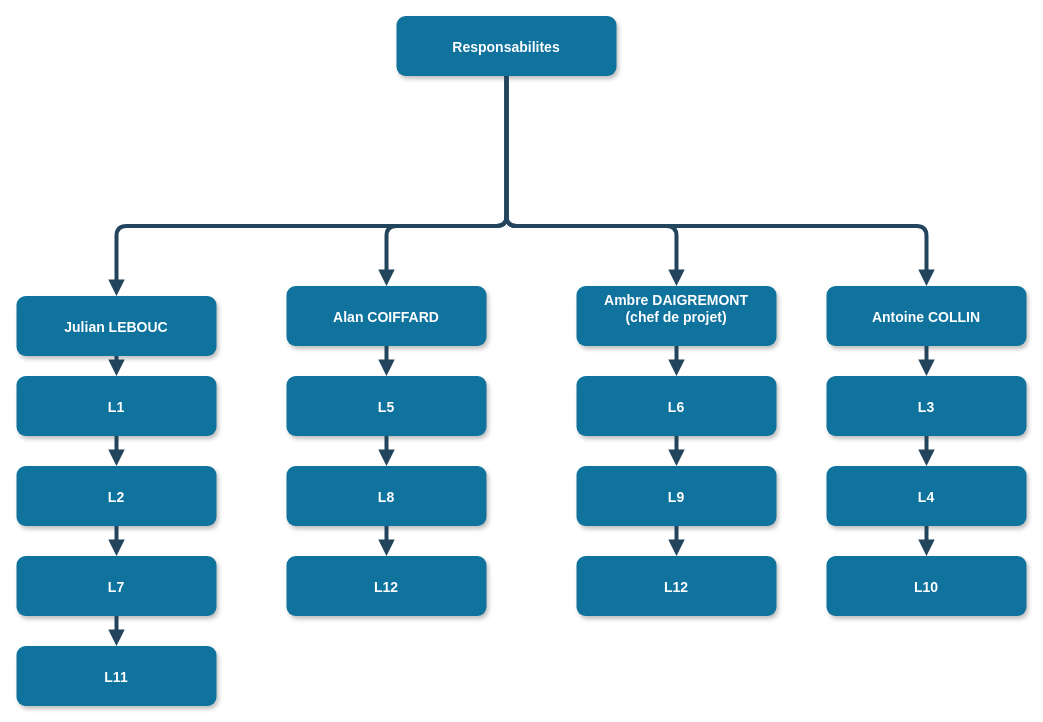
The draw.io diagram GestionProjet/Uml2Java_OBS.drawio in flagador/Uml2Java, before the edit. Source tidied: cells renumbered, new cells numbered last; positions are measured from the earlier drawing's top-left corner, leaving out a move shared by most shapes. Both pictures are drawn from the tidied source at 100%, with x=0, y=0 at pixel (16, 16).
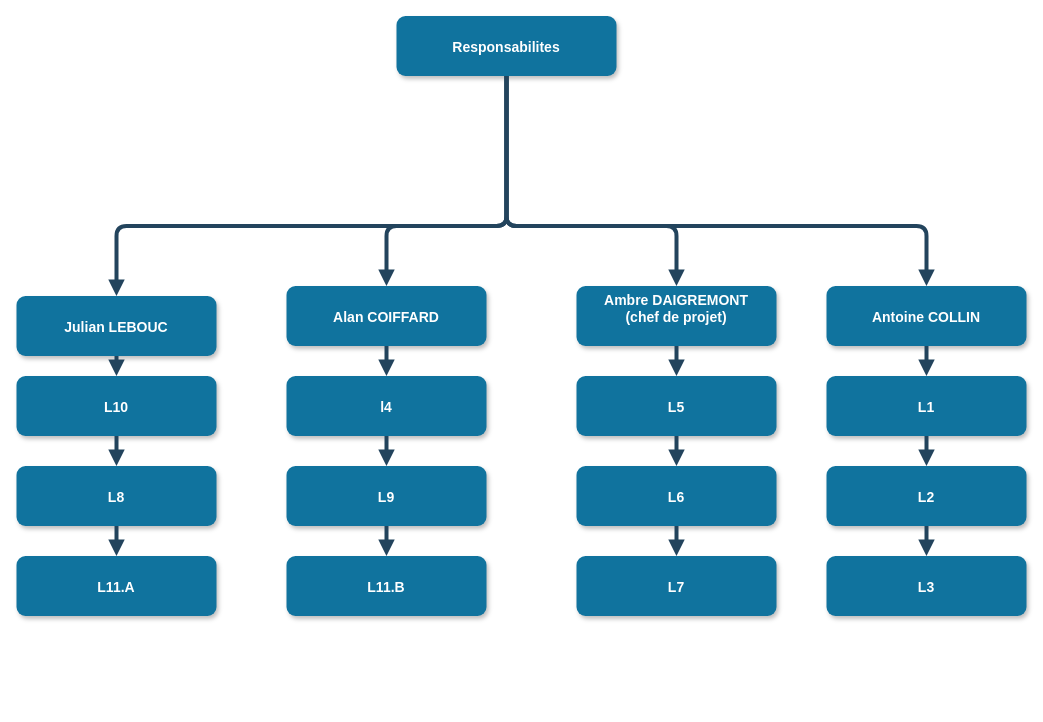
The same page after the edit.

Commit message (it also covers changes not shown here):
Avancement rapport, actualisation diagramma obs, wbs et matrice raci

The edit, as a diff of the source:
```diff
@@
-    <mxCell id="4" value="L1" style="rounded=1;fillColor=#10739E;strokeColor=none;shadow=1;gradientColor=none;fontStyle=1;fontColor=#FFFFFF;fontSize=14;" parent="1" vertex="1">
+    <mxCell id="4" value="L10" style="rounded=1;fillColor=#10739E;strokeColor=none;shadow=1;gradientColor=none;fontStyle=1;fontColor=#FFFFFF;fontSize=14;" parent="1" vertex="1">
       <mxGeometry y="359.5" width="200" height="60" as="geometry" />
     </mxCell>
-    <mxCell id="5" value="L2" style="rounded=1;fillColor=#10739E;strokeColor=none;shadow=1;gradientColor=none;fontStyle=1;fontColor=#FFFFFF;fontSize=14;" parent="1" vertex="1">
+    <mxCell id="5" value="L8" style="rounded=1;fillColor=#10739E;strokeColor=none;shadow=1;gradientColor=none;fontStyle=1;fontColor=#FFFFFF;fontSize=14;" parent="1" vertex="1">
       <mxGeometry y="449.5" width="200" height="60" as="geometry" />
     </mxCell>
-    <mxCell id="6" value="L7" style="rounded=1;fillColor=#10739E;strokeColor=none;shadow=1;gradientColor=none;fontStyle=1;fontColor=#FFFFFF;fontSize=14;" parent="1" vertex="1">
-      <mxGeometry y="539.5" width="200" height="60" as="geometry" />
-    </mxCell>
-    <mxCell id="7" value="L11" style="rounded=1;fillColor=#10739E;strokeColor=none;shadow=1;gradientColor=none;fontStyle=1;fontColor=#FFFFFF;fontSize=14;" parent="1" vertex="1">
-      <mxGeometry y="629.5" width="200" height="60" as="geometry" />
+    <mxCell id="7" value="L11.A" style="rounded=1;fillColor=#10739E;strokeColor=none;shadow=1;gradientColor=none;fontStyle=1;fontColor=#FFFFFF;fontSize=14;" parent="1" vertex="1">
+      <mxGeometry y="539.5" width="200" height="60" as="geometry" />
     </mxCell>
@@
-    <mxCell id="9" value="L5" style="rounded=1;fillColor=#10739E;strokeColor=none;shadow=1;gradientColor=none;fontStyle=1;fontColor=#FFFFFF;fontSize=14;" parent="1" vertex="1">
+    <mxCell id="9" value="l4" style="rounded=1;fillColor=#10739E;strokeColor=none;shadow=1;gradientColor=none;fontStyle=1;fontColor=#FFFFFF;fontSize=14;" parent="1" vertex="1">
       <mxGeometry x="270" y="359.5" width="200" height="60" as="geometry" />
     </mxCell>
-    <mxCell id="10" value="L8" style="rounded=1;fillColor=#10739E;strokeColor=none;shadow=1;gradientColor=none;fontStyle=1;fontColor=#FFFFFF;fontSize=14;" parent="1" vertex="1">
+    <mxCell id="10" value="L9" style="rounded=1;fillColor=#10739E;strokeColor=none;shadow=1;gradientColor=none;fontStyle=1;fontColor=#FFFFFF;fontSize=14;" parent="1" vertex="1">
       <mxGeometry x="270" y="449.5" width="200" height="60" as="geometry" />
     </mxCell>
-    <mxCell id="11" value="L12" style="rounded=1;fillColor=#10739E;strokeColor=none;shadow=1;gradientColor=none;fontStyle=1;fontColor=#FFFFFF;fontSize=14;" parent="1" vertex="1">
+    <mxCell id="11" value="L11.B" style="rounded=1;fillColor=#10739E;strokeColor=none;shadow=1;gradientColor=none;fontStyle=1;fontColor=#FFFFFF;fontSize=14;" parent="1" vertex="1">
       <mxGeometry x="270" y="539.5" width="200" height="60" as="geometry" />
     </mxCell>
@@
-    <mxCell id="13" value="L6" style="rounded=1;fillColor=#10739E;strokeColor=none;shadow=1;gradientColor=none;fontStyle=1;fontColor=#FFFFFF;fontSize=14;" parent="1" vertex="1">
+    <mxCell id="13" value="L5" style="rounded=1;fillColor=#10739E;strokeColor=none;shadow=1;gradientColor=none;fontStyle=1;fontColor=#FFFFFF;fontSize=14;" parent="1" vertex="1">
       <mxGeometry x="560" y="359.5" width="200" height="60" as="geometry" />
     </mxCell>
-    <mxCell id="14" value="L9" style="rounded=1;fillColor=#10739E;strokeColor=none;shadow=1;gradientColor=none;fontStyle=1;fontColor=#FFFFFF;fontSize=14;" parent="1" vertex="1">
+    <mxCell id="14" value="L6" style="rounded=1;fillColor=#10739E;strokeColor=none;shadow=1;gradientColor=none;fontStyle=1;fontColor=#FFFFFF;fontSize=14;" parent="1" vertex="1">
       <mxGeometry x="560" y="449.5" width="200" height="60" as="geometry" />
     </mxCell>
-    <mxCell id="15" value="L12" style="rounded=1;fillColor=#10739E;strokeColor=none;shadow=1;gradientColor=none;fontStyle=1;fontColor=#FFFFFF;fontSize=14;" parent="1" vertex="1">
+    <mxCell id="15" value="L7" style="rounded=1;fillColor=#10739E;strokeColor=none;shadow=1;gradientColor=none;fontStyle=1;fontColor=#FFFFFF;fontSize=14;" parent="1" vertex="1">
       <mxGeometry x="560" y="539.5" width="200" height="60" as="geometry" />
     </mxCell>
@@
-    <mxCell id="17" value="L3" style="rounded=1;fillColor=#10739E;strokeColor=none;shadow=1;gradientColor=none;fontStyle=1;fontColor=#FFFFFF;fontSize=14;" parent="1" vertex="1">
+    <mxCell id="17" value="L1" style="rounded=1;fillColor=#10739E;strokeColor=none;shadow=1;gradientColor=none;fontStyle=1;fontColor=#FFFFFF;fontSize=14;" parent="1" vertex="1">
       <mxGeometry x="810" y="359.5" width="200" height="60" as="geometry" />
     </mxCell>
-    <mxCell id="18" value="L4" style="rounded=1;fillColor=#10739E;strokeColor=none;shadow=1;gradientColor=none;fontStyle=1;fontColor=#FFFFFF;fontSize=14;" parent="1" vertex="1">
+    <mxCell id="18" value="L2" style="rounded=1;fillColor=#10739E;strokeColor=none;shadow=1;gradientColor=none;fontStyle=1;fontColor=#FFFFFF;fontSize=14;" parent="1" vertex="1">
       <mxGeometry x="810" y="449.5" width="200" height="60" as="geometry" />
     </mxCell>
-    <mxCell id="19" value="L10" style="rounded=1;fillColor=#10739E;strokeColor=none;shadow=1;gradientColor=none;fontStyle=1;fontColor=#FFFFFF;fontSize=14;" parent="1" vertex="1">
+    <mxCell id="19" value="L3" style="rounded=1;fillColor=#10739E;strokeColor=none;shadow=1;gradientColor=none;fontStyle=1;fontColor=#FFFFFF;fontSize=14;" parent="1" vertex="1">
       <mxGeometry x="810" y="539.5" width="200" height="60" as="geometry" />
     </mxCell>
@@
-    <mxCell id="24" style="edgeStyle=elbowEdgeStyle;elbow=vertical;strokeWidth=4;endArrow=block;endFill=1;fontStyle=1;strokeColor=#23445D;" parent="1" edge="1" source="5" target="6">
-      <mxGeometry x="62" y="185.5" as="geometry" />
+    <mxCell id="24" style="edgeStyle=elbowEdgeStyle;elbow=vertical;strokeWidth=4;endArrow=block;endFill=1;fontStyle=1;strokeColor=#23445D;" parent="1" edge="1" source="5">
+      <mxGeometry x="62" y="185.5" as="geometry">
+        <mxPoint x="100" y="539.5" as="targetPoint" />
+      </mxGeometry>
     </mxCell>
-    <mxCell id="25" style="edgeStyle=elbowEdgeStyle;elbow=vertical;strokeWidth=4;endArrow=block;endFill=1;fontStyle=1;strokeColor=#23445D;" parent="1" edge="1" source="6" target="7">
-      <mxGeometry x="62" y="195.5" as="geometry" />
-    </mxCell>
```
